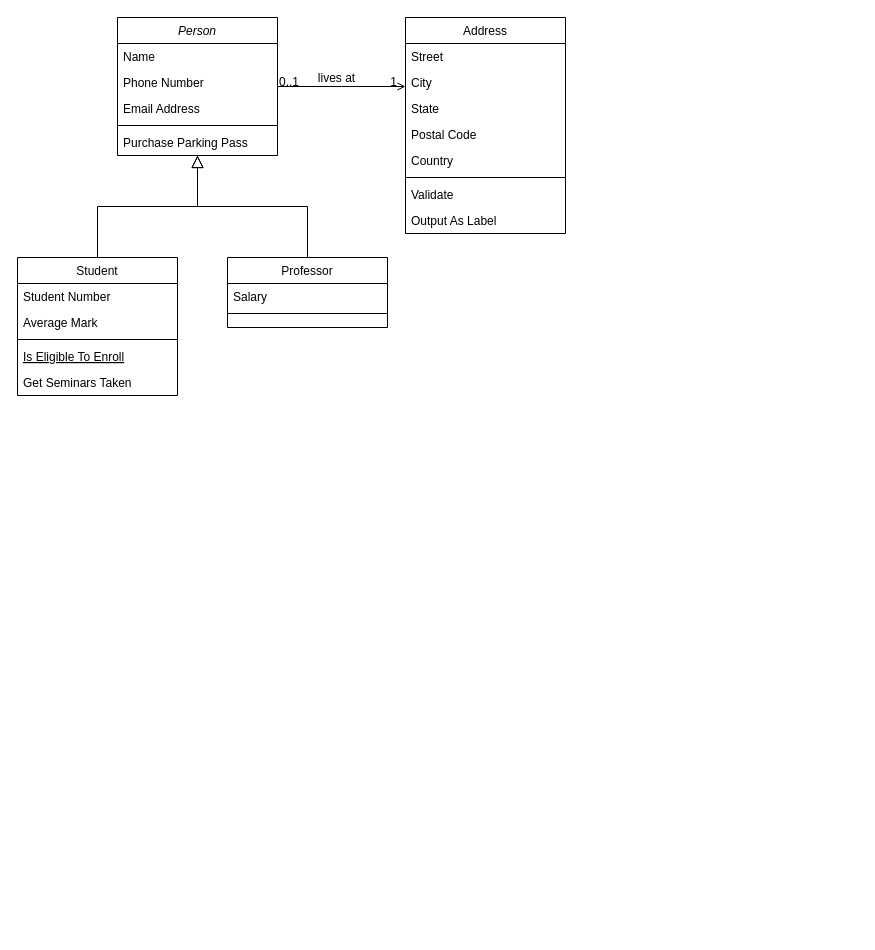
Earlier version of the draw.io diagram lab-prog-modular-projeto-1.drawio (daviferreiradev/diagrama-de-classes). Source tidied: cells renumbered, new cells numbered last; positions are measured from the earlier drawing's top-left corner, leaving out a move shared by most shapes. Both pictures are drawn from the tidied source at 100%, with x=0, y=0 at pixel (17, 17).
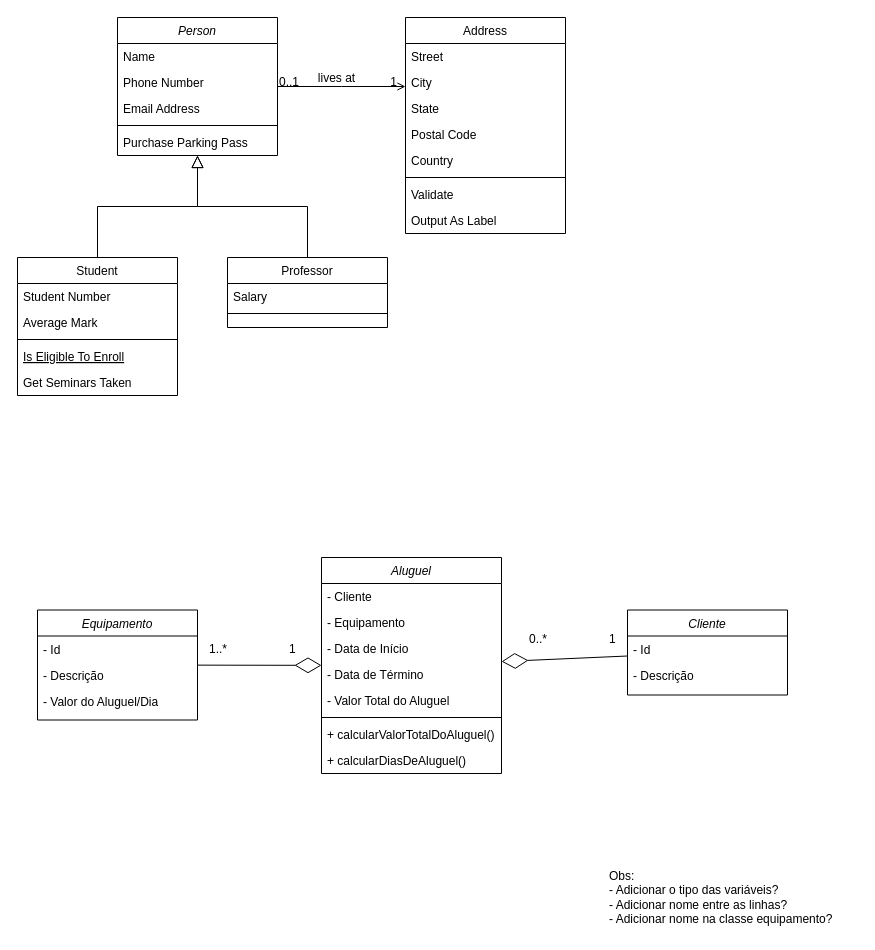
The same page after the edit.

What changed in the source:
```diff
@@
+    <mxCell id="32" value="Equipamento" style="swimlane;fontStyle=2;align=center;verticalAlign=top;horizontal=1;startSize=26;rounded=0;shadow=0;strokeWidth=1;" parent="1" vertex="1">
+      <mxGeometry x="20" y="592.5" width="160" height="110" as="geometry" />
+    </mxCell>
+    <mxCell id="33" value="- Id" style="text;align=left;verticalAlign=top;spacingLeft=4;spacingRight=4;overflow=hidden;" parent="32" vertex="1">
+      <mxGeometry y="26" width="160" height="26" as="geometry" />
+    </mxCell>
+    <mxCell id="34" value="- Descrição" style="text;align=left;verticalAlign=top;spacingLeft=4;spacingRight=4;overflow=hidden;rounded=0;shadow=0;html=0;" parent="32" vertex="1">
+      <mxGeometry y="52" width="160" height="26" as="geometry" />
+    </mxCell>
+    <mxCell id="35" value="- Valor do Aluguel/Dia" style="text;align=left;verticalAlign=top;spacingLeft=4;spacingRight=4;overflow=hidden;rounded=0;shadow=0;html=0;" parent="32" vertex="1">
+      <mxGeometry y="78" width="160" height="26" as="geometry" />
+    </mxCell>
+    <mxCell id="36" value="Cliente" style="swimlane;fontStyle=2;align=center;verticalAlign=top;horizontal=1;startSize=26;rounded=0;shadow=0;strokeWidth=1;" parent="1" vertex="1">
+      <mxGeometry x="610" y="592.5" width="160" height="85" as="geometry" />
+    </mxCell>
+    <mxCell id="37" value="- Id" style="text;align=left;verticalAlign=top;spacingLeft=4;spacingRight=4;overflow=hidden;" parent="36" vertex="1">
+      <mxGeometry y="26" width="160" height="26" as="geometry" />
+    </mxCell>
+    <mxCell id="38" value="- Descrição" style="text;align=left;verticalAlign=top;spacingLeft=4;spacingRight=4;overflow=hidden;rounded=0;shadow=0;html=0;" parent="36" vertex="1">
+      <mxGeometry y="52" width="160" height="26" as="geometry" />
+    </mxCell>
+    <mxCell id="39" value="Aluguel" style="swimlane;fontStyle=2;align=center;verticalAlign=top;horizontal=1;startSize=26;rounded=0;shadow=0;strokeWidth=1;" parent="1" vertex="1">
+      <mxGeometry x="304" y="540" width="180" height="216" as="geometry" />
+    </mxCell>
+    <mxCell id="40" value="- Cliente" style="text;align=left;verticalAlign=top;spacingLeft=4;spacingRight=4;overflow=hidden;" parent="39" vertex="1">
+      <mxGeometry y="26" width="180" height="26" as="geometry" />
+    </mxCell>
+    <mxCell id="41" value="- Equipamento" style="text;align=left;verticalAlign=top;spacingLeft=4;spacingRight=4;overflow=hidden;" parent="39" vertex="1">
+      <mxGeometry y="52" width="180" height="26" as="geometry" />
+    </mxCell>
+    <mxCell id="42" value="- Data de Início" style="text;align=left;verticalAlign=top;spacingLeft=4;spacingRight=4;overflow=hidden;rounded=0;shadow=0;html=0;" parent="39" vertex="1">
+      <mxGeometry y="78" width="180" height="26" as="geometry" />
+    </mxCell>
+    <mxCell id="43" value="- Data de Término" style="text;align=left;verticalAlign=top;spacingLeft=4;spacingRight=4;overflow=hidden;" parent="39" vertex="1">
+      <mxGeometry y="104" width="180" height="26" as="geometry" />
+    </mxCell>
+    <mxCell id="44" value="- Valor Total do Aluguel" style="text;align=left;verticalAlign=top;spacingLeft=4;spacingRight=4;overflow=hidden;rounded=0;shadow=0;html=0;" parent="39" vertex="1">
+      <mxGeometry y="130" width="180" height="26" as="geometry" />
+    </mxCell>
+    <mxCell id="45" style="line;html=1;strokeWidth=1;align=left;verticalAlign=middle;spacingTop=-1;spacingLeft=3;spacingRight=3;labelPosition=right;" parent="39" vertex="1">
+      <mxGeometry y="156" width="180" height="8" as="geometry" />
+    </mxCell>
+    <mxCell id="46" value="+ calcularValorTotalDoAluguel()" style="text;align=left;verticalAlign=top;spacingLeft=4;spacingRight=4;overflow=hidden;rounded=0;shadow=0;html=0;" parent="39" vertex="1">
+      <mxGeometry y="164" width="180" height="26" as="geometry" />
+    </mxCell>
+    <mxCell id="47" value="+ calcularDiasDeAluguel()" style="text;align=left;verticalAlign=top;spacingLeft=4;spacingRight=4;overflow=hidden;rounded=0;shadow=0;html=0;" parent="39" vertex="1">
+      <mxGeometry y="190" width="180" height="26" as="geometry" />
+    </mxCell>
+    <mxCell id="48" value="0..*" style="align=left;verticalAlign=bottom;labelBackgroundColor=none;fontSize=12;" parent="1" vertex="1">
+      <mxGeometry x="510" y="630" as="geometry" />
+    </mxCell>
+    <mxCell id="49" style="endArrow=diamondThin;endFill=0;endSize=24;html=1;rounded=0;labelPosition=left;verticalLabelPosition=top;align=right;verticalAlign=bottom;" parent="1" edge="1" source="36" target="39">
+      <mxGeometry relative="1" as="geometry" />
+    </mxCell>
+    <mxCell id="50" value="1" style="align=left;verticalAlign=bottom;labelBackgroundColor=none;fontSize=12;direction=west;" parent="1" vertex="1">
+      <mxGeometry x="590" y="630" as="geometry" />
+    </mxCell>
+    <mxCell id="51" style="endArrow=diamondThin;endFill=0;endSize=24;html=1;rounded=0;horizontal=1;" parent="1" edge="1" source="32" target="39">
+      <mxGeometry relative="1" as="geometry" />
+    </mxCell>
+    <mxCell id="52" value="1..*" style="align=left;verticalAlign=bottom;labelBackgroundColor=none;fontSize=12;direction=south;" parent="1" vertex="1">
+      <mxGeometry x="190" y="640" as="geometry" />
+    </mxCell>
+    <mxCell id="53" value="1" style="align=left;verticalAlign=bottom;labelBackgroundColor=none;fontSize=12;" parent="1" vertex="1">
+      <mxGeometry x="270" y="640" as="geometry" />
+    </mxCell>
+    <mxCell id="54" value="Obs:&lt;br&gt;&lt;div style=&quot;&quot;&gt;&lt;span style=&quot;background-color: initial;&quot;&gt;- Adicionar o tipo das variáveis?&lt;/span&gt;&lt;/div&gt;&lt;div style=&quot;&quot;&gt;&lt;span style=&quot;background-color: initial;&quot;&gt;- Adicionar nome entre as linhas?&lt;/span&gt;&lt;/div&gt;&lt;div style=&quot;&quot;&gt;&lt;span style=&quot;background-color: initial;&quot;&gt;- Adicionar nome na classe equipamento?&lt;/span&gt;&lt;/div&gt;" style="text;html=1;align=left;verticalAlign=middle;strokeColor=none;fillColor=none;" parent="1" vertex="1">
+      <mxGeometry x="590" y="845" width="250" height="70" as="geometry" />
+    </mxCell>
```
